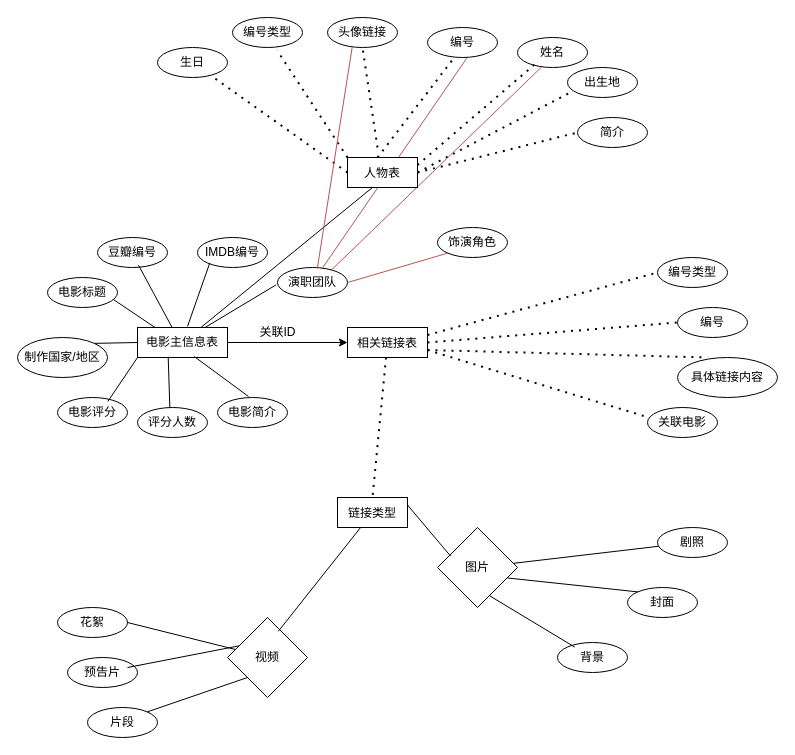
This is 未命名绘图.drawio from nikiok/honglou-datasets, a draw.io file, before an edit. Source tidied: cells renumbered, new cells numbered last; positions are measured from the earlier drawing's top-left corner, leaving out a move shared by most shapes. Both pictures are drawn from the tidied source at 100%, with x=0, y=0 at pixel (17, 17).
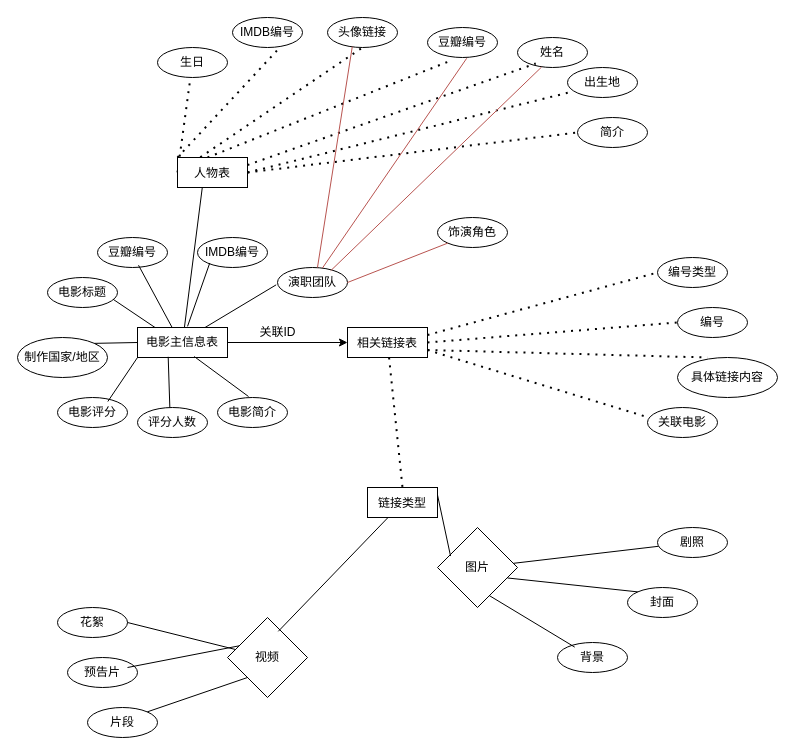
Above is the later version.

The change refers to these unchanged cells:
```xml
<mxCell id="24" value="头像链接" style="ellipse;whiteSpace=wrap;html=1;" parent="1" vertex="1">
  <mxGeometry x="310" width="70" height="30" as="geometry" />
</mxCell>
```

The edit, as a diff of the source:
```diff
@@
-    <mxCell id="21" value="编号" style="ellipse;whiteSpace=wrap;html=1;" parent="1" vertex="1">
+    <mxCell id="21" value="豆瓣编号" style="ellipse;whiteSpace=wrap;html=1;" parent="1" vertex="1">
       <mxGeometry x="410" y="10" width="70" height="30" as="geometry" />
     </mxCell>
@@
     <mxCell id="23" value="饰演角色" style="ellipse;whiteSpace=wrap;html=1;" parent="1" vertex="1">
-      <mxGeometry x="420" y="210" width="70" height="30" as="geometry" />
+      <mxGeometry x="420" y="200" width="70" height="30" as="geometry" />
     </mxCell>
@@
     <mxCell id="35" value="链接类型" style="%3CmxGraphModel%3E%3Croot%3E%3CmxCell%20id%3D%220%22%2F%3E%3CmxCell%20id%3D%221%22%20parent%3D%220%22%2F%3E%3CmxCell%20id%3D%222%22%20value%3D%22%22%20style%3D%22endArrow%3Dnone%3Bhtml%3D1%3Brounded%3D0%3BentryX%3D-0.019%3BentryY%3D0.578%3BentryDx%3D0%3BentryDy%3D0%3BentryPerimeter%3D0%3BexitX%3D0.75%3BexitY%3D0%3BexitDx%3D0%3BexitDy%3D0%3B%22%20edge%3D%221%22%20parent%3D%221%22%3E%3CmxGeometry%20width%3D%2250%22%20height%3D%2250%22%20relative%3D%221%22%20as%3D%22geometry%22%3E%3CmxPoint%20x%3D%22218%22%20y%3D%22170%22%20as%3D%22sourcePoint%22%2F%3E%3CmxPoint%20x%3D%22289%22%20y%3D%22127%22%20as%3D%22targetPoint%22%2F%3E%3C%2FmxGeometry%3E%3C%2FmxCell%3E%3C%2Froot%3E%3C%2FmxGraphModel%3E;" parent="1" vertex="1">
-      <mxGeometry x="320" y="480" width="70" height="30" as="geometry" />
+      <mxGeometry x="350" y="470" width="70" height="30" as="geometry" />
     </mxCell>
@@
-    <mxCell id="53" value="编号类型" style="ellipse;whiteSpace=wrap;html=1;" parent="1" vertex="1">
+    <mxCell id="53" value="IMDB编号" style="ellipse;whiteSpace=wrap;html=1;" parent="1" vertex="1">
       <mxGeometry x="215" width="70" height="30" as="geometry" />
     </mxCell>
@@
-    <mxCell id="62" style="endArrow=none;dashed=1;html=1;dashPattern=1 3;strokeWidth=2;rounded=0;entryX=0.5;entryY=1;entryDx=0;entryDy=0;" parent="1" edge="1" target="24">
-      <mxGeometry relative="1" as="geometry">
-        <mxPoint x="360" y="130" as="sourcePoint" />
-      </mxGeometry>
+    <mxCell id="62" style="endArrow=none;dashed=1;html=1;dashPattern=1 3;strokeWidth=2;rounded=0;entryX=0.5;entryY=1;entryDx=0;entryDy=0;exitX=0.325;exitY=-0.007;exitDx=0;exitDy=0;exitPerimeter=0;" parent="1" edge="1" source="68" target="24">
+      <mxGeometry relative="1" as="geometry" />
     </mxCell>
@@
     <mxCell id="68" value="人物表" style="%3CmxGraphModel%3E%3Croot%3E%3CmxCell%20id%3D%220%22%2F%3E%3CmxCell%20id%3D%221%22%20parent%3D%220%22%2F%3E%3CmxCell%20id%3D%222%22%20value%3D%22%E7%9B%B8%E5%85%B3%E8%A7%86%E9%A2%91%E9%93%BE%E6%8E%A5%22%20style%3D%22ellipse%3BwhiteSpace%3Dwrap%3Bhtml%3D1%3B%22%20vertex%3D%221%22%20parent%3D%221%22%3E%3CmxGeometry%20x%3D%22310%22%20y%3D%22170%22%20width%3D%2280%22%20height%3D%2240%22%20as%3D%22geometry%22%2F%3E%3C%2FmxCell%3E%3C%2Froot%3E%3C%2FmxGraphModel%3E;" parent="1" vertex="1">
-      <mxGeometry x="330" y="140" width="70" height="30" as="geometry" />
+      <mxGeometry x="160" y="140" width="70" height="30" as="geometry" />
     </mxCell>
```
